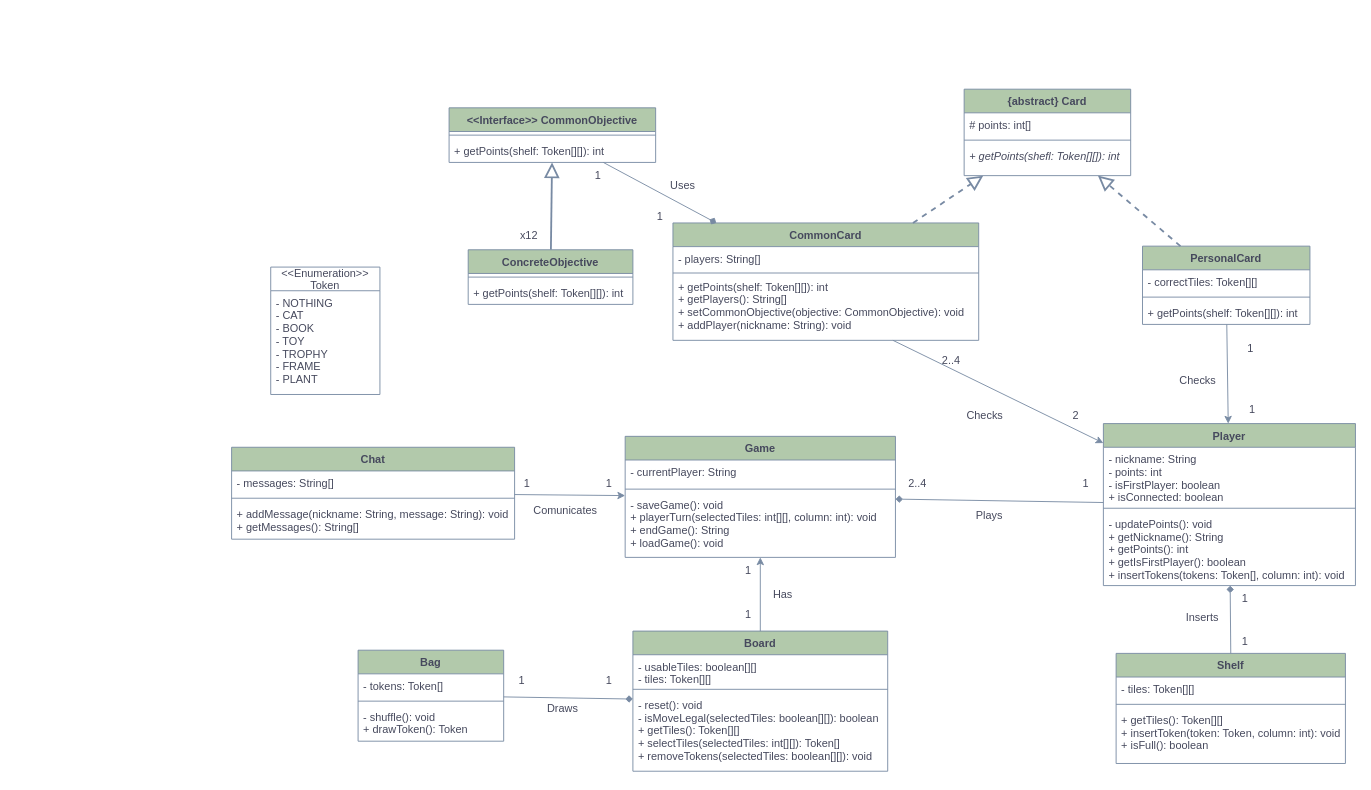
Before: class_diagram.drawio in GabrieleGessaghi/ing-sw-2023-gessaghi-fontanive-giuliani-galante, a draw.io diagram. Source tidied: cells renumbered, new cells numbered last; positions are measured from the earlier drawing's top-left corner, leaving out a move shared by most shapes. Both pictures are drawn from the tidied source at 91%, with x=0, y=0 at pixel (231, 88).
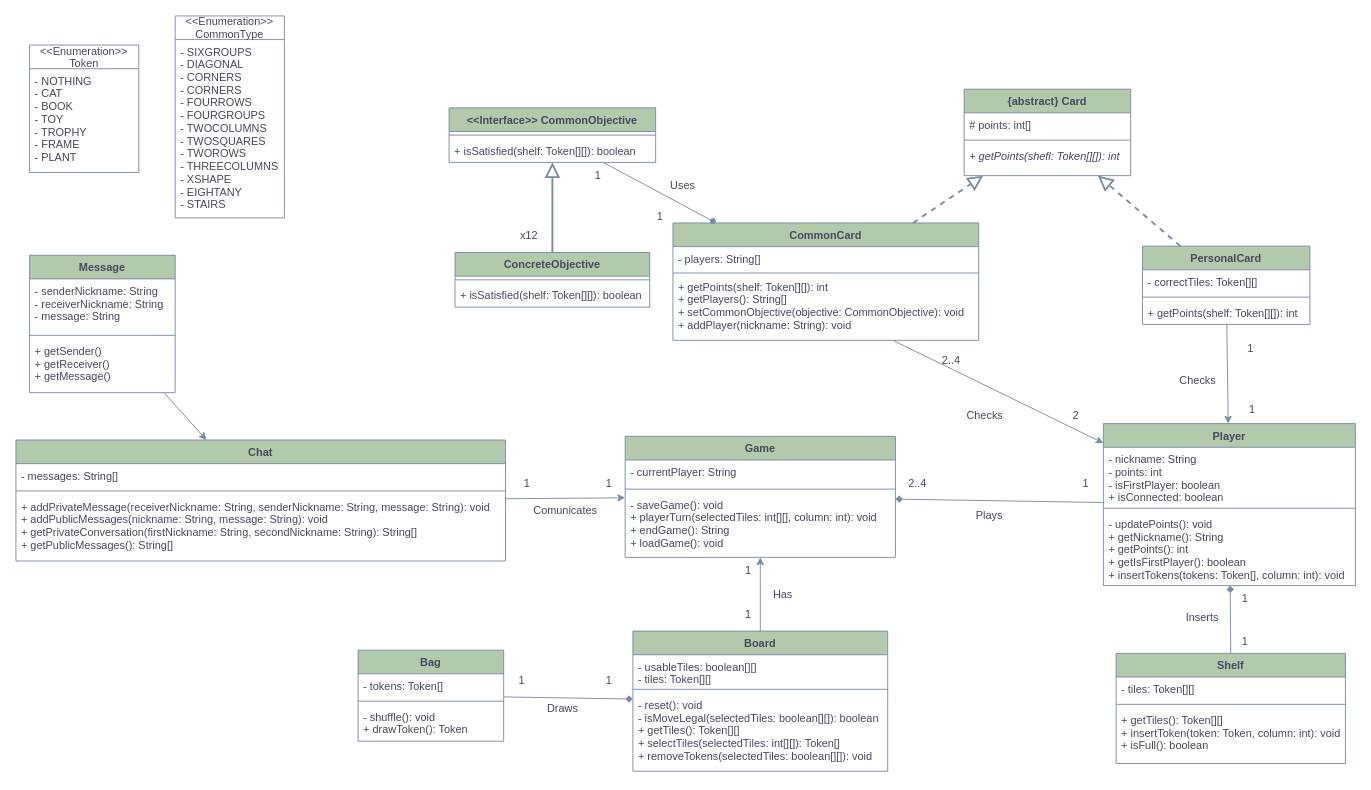
The same page after the edit.

Commit message (it also covers changes not shown here):
Updated class diagram

The change refers to these unchanged cells:
```xml
<mxCell id="28" value="Game" style="swimlane;fontStyle=1;align=center;verticalAlign=top;horizontal=1;startSize=26;strokeColor=#788AA3;fontColor=#46495D;fillColor=#B2C9AB;labelBackgroundColor=none;" parent="1" vertex="1">
  <mxGeometry x="432.5" y="382" width="297" height="133" as="geometry" />
</mxCell>
<mxCell id="63" value="&lt;&lt;Interface&gt;&gt; CommonObjective" style="swimlane;fontStyle=1;align=center;verticalAlign=top;horizontal=1;startSize=26;labelBackgroundColor=none;fillStyle=auto;strokeColor=#788AA3;fontColor=#46495D;fillColor=#B2C9AB;" parent="1" vertex="1">
  <mxGeometry x="239" y="21" width="227" height="60" as="geometry" />
</mxCell>
```

Change to the diagram source:
```diff
@@
     <mxCell id="10" value="&lt;&lt;Enumeration&gt;&gt;&#10;Token" style="swimlane;fontStyle=0;horizontal=1;startSize=26;fillColor=none;labelBackgroundColor=none;strokeColor=#788AA3;fontColor=#46495D;" parent="1" vertex="1">
-      <mxGeometry x="43" y="196" width="120" height="140" as="geometry" />
+      <mxGeometry x="-222" y="-48" width="120" height="140" as="geometry" />
     </mxCell>
@@
-    <mxCell id="65" value="+ getPoints(shelf: Token[][]): int" style="text;strokeColor=none;fillColor=none;align=left;verticalAlign=top;spacingLeft=4;spacingRight=4;overflow=hidden;labelBackgroundColor=none;fillStyle=auto;fontColor=#46495D;" parent="63" vertex="1">
+    <mxCell id="65" value="+ isSatisfied(shelf: Token[][]): boolean" style="text;strokeColor=none;fillColor=none;align=left;verticalAlign=top;spacingLeft=4;spacingRight=4;overflow=hidden;labelBackgroundColor=none;fillStyle=auto;fontColor=#46495D;" parent="63" vertex="1">
       <mxGeometry y="34" width="227" height="26" as="geometry" />
     </mxCell>
@@
     <mxCell id="68" value="ConcreteObjective" style="swimlane;fontStyle=1;align=center;verticalAlign=top;horizontal=1;startSize=26;labelBackgroundColor=none;fillColor=#B2C9AB;strokeColor=#788AA3;fontColor=#46495D;" parent="1" vertex="1">
-      <mxGeometry x="260" y="177" width="181" height="60" as="geometry" />
+      <mxGeometry x="245.5" y="180" width="214" height="60" as="geometry" />
     </mxCell>
     <mxCell id="69" style="line;strokeWidth=1;fillColor=none;align=left;verticalAlign=middle;spacingTop=-1;spacingLeft=3;spacingRight=3;labelPosition=right;strokeColor=#788AA3;labelBackgroundColor=none;fontColor=#46495D;" parent="68" vertex="1">
-      <mxGeometry y="26" width="181" height="8" as="geometry" />
+      <mxGeometry y="26" width="214" height="8" as="geometry" />
     </mxCell>
-    <mxCell id="70" value="+ getPoints(shelf: Token[][]): int" style="text;strokeColor=none;fillColor=none;align=left;verticalAlign=top;spacingLeft=4;spacingRight=4;overflow=hidden;labelBackgroundColor=none;fontColor=#46495D;" parent="68" vertex="1">
-      <mxGeometry y="34" width="181" height="26" as="geometry" />
+    <mxCell id="70" value="+ isSatisfied(shelf: Token[][]): boolean" style="text;strokeColor=none;fillColor=none;align=left;verticalAlign=top;spacingLeft=4;spacingRight=4;overflow=hidden;labelBackgroundColor=none;fontColor=#46495D;" parent="68" vertex="1">
+      <mxGeometry y="34" width="214" height="26" as="geometry" />
     </mxCell>
-    <mxCell id="71" value="x12" style="text;html=1;strokeColor=none;fillColor=none;align=center;verticalAlign=middle;whiteSpace=wrap;rounded=0;fontColor=#46495D;" parent="1" vertex="1">
+    <mxCell id="71" value="x12" style="text;html=1;strokeColor=none;fillColor=none;align=center;verticalAlign=middle;whiteSpace=wrap;rounded=0;fontColor=#46495D;labelBackgroundColor=none;" parent="1" vertex="1">
       <mxGeometry x="297" y="147" width="60" height="30" as="geometry" />
     </mxCell>
-    <mxCell id="72" value="Uses" style="text;html=1;strokeColor=none;fillColor=none;align=center;verticalAlign=middle;whiteSpace=wrap;rounded=0;fontColor=#46495D;" parent="1" vertex="1">
+    <mxCell id="72" value="Uses" style="text;html=1;strokeColor=none;fillColor=none;align=center;verticalAlign=middle;whiteSpace=wrap;rounded=0;fontColor=#46495D;labelBackgroundColor=none;" parent="1" vertex="1">
       <mxGeometry x="466" y="92" width="60" height="30" as="geometry" />
     </mxCell>
-    <mxCell id="73" value="1" style="text;html=1;strokeColor=none;fillColor=none;align=center;verticalAlign=middle;whiteSpace=wrap;rounded=0;fontColor=#46495D;" parent="1" vertex="1">
+    <mxCell id="73" value="1" style="text;html=1;strokeColor=none;fillColor=none;align=center;verticalAlign=middle;whiteSpace=wrap;rounded=0;fontColor=#46495D;labelBackgroundColor=none;" parent="1" vertex="1">
       <mxGeometry x="441" y="125.5" width="60" height="30" as="geometry" />
     </mxCell>
-    <mxCell id="74" value="1" style="text;html=1;strokeColor=none;fillColor=none;align=center;verticalAlign=middle;whiteSpace=wrap;rounded=0;fontColor=#46495D;" parent="1" vertex="1">
+    <mxCell id="74" value="1" style="text;html=1;strokeColor=none;fillColor=none;align=center;verticalAlign=middle;whiteSpace=wrap;rounded=0;fontColor=#46495D;labelBackgroundColor=none;" parent="1" vertex="1">
       <mxGeometry x="372.5" y="81" width="60" height="30" as="geometry" />
     </mxCell>
-    <mxCell id="75" value="Chat" style="swimlane;fontStyle=1;align=center;verticalAlign=top;horizontal=1;startSize=26;strokeColor=#788AA3;fontColor=#46495D;fillColor=#B2C9AB;" parent="1" vertex="1">
-      <mxGeometry y="394" width="311" height="101" as="geometry" />
+    <mxCell id="75" value="Chat" style="swimlane;fontStyle=1;align=center;verticalAlign=top;horizontal=1;startSize=26;strokeColor=#788AA3;fontColor=#46495D;fillColor=#B2C9AB;labelBackgroundColor=none;" parent="1" vertex="1">
+      <mxGeometry x="-237" y="386" width="538" height="133" as="geometry" />
     </mxCell>
-    <mxCell id="76" value="- messages: String[]" style="text;strokeColor=none;fillColor=none;align=left;verticalAlign=top;spacingLeft=4;spacingRight=4;overflow=hidden;fontColor=#46495D;" parent="75" vertex="1">
-      <mxGeometry y="26" width="311" height="26" as="geometry" />
+    <mxCell id="76" value="- messages: String[]" style="text;strokeColor=none;fillColor=none;align=left;verticalAlign=top;spacingLeft=4;spacingRight=4;overflow=hidden;fontColor=#46495D;labelBackgroundColor=none;" parent="75" vertex="1">
+      <mxGeometry y="26" width="538" height="26" as="geometry" />
     </mxCell>
-    <mxCell id="77" style="line;strokeWidth=1;fillColor=none;align=left;verticalAlign=middle;spacingTop=-1;spacingLeft=3;spacingRight=3;labelPosition=right;strokeColor=inherit;fontColor=#46495D;" parent="75" vertex="1">
-      <mxGeometry y="52" width="311" height="8" as="geometry" />
+    <mxCell id="77" style="line;strokeWidth=1;fillColor=none;align=left;verticalAlign=middle;spacingTop=-1;spacingLeft=3;spacingRight=3;labelPosition=right;strokeColor=#788AA3;fontColor=#46495D;labelBackgroundColor=none;" parent="75" vertex="1">
+      <mxGeometry y="52" width="538" height="8" as="geometry" />
     </mxCell>
-    <mxCell id="78" value="+ addMessage(nickname: String, message: String): void&#10;+ getMessages(): String[]" style="text;strokeColor=none;fillColor=none;align=left;verticalAlign=top;spacingLeft=4;spacingRight=4;overflow=hidden;fontColor=#46495D;" parent="75" vertex="1">
-      <mxGeometry y="60" width="311" height="41" as="geometry" />
+    <mxCell id="78" value="+ addPrivateMessage(receiverNickname: String, senderNickname: String, message: String): void&#10;+ addPublicMessages(nickname: String, message: String): void&#10;+ getPrivateConversation(firstNickname: String, secondNickname: String): String[]&#10;+ getPublicMessages(): String[]" style="text;strokeColor=none;fillColor=none;align=left;verticalAlign=top;spacingLeft=4;spacingRight=4;overflow=hidden;fontColor=#46495D;labelBackgroundColor=none;" parent="75" vertex="1">
+      <mxGeometry y="60" width="538" height="73" as="geometry" />
     </mxCell>
-    <mxCell id="79" style="endArrow=classic;html=1;rounded=0;strokeColor=#788AA3;strokeWidth=1;fontColor=#46495D;fillColor=#B2C9AB;" parent="1" edge="1" source="75" target="28">
+    <mxCell id="79" style="endArrow=classic;html=1;rounded=0;strokeColor=#788AA3;strokeWidth=1;fontColor=default;fillColor=#B2C9AB;labelBackgroundColor=none;" parent="1" edge="1" source="75" target="28">
       <mxGeometry relative="1" as="geometry" />
     </mxCell>
-    <mxCell id="80" value="Comunicates" style="text;html=1;strokeColor=none;fillColor=none;align=center;verticalAlign=middle;whiteSpace=wrap;rounded=0;fontColor=#46495D;" parent="1" vertex="1">
+    <mxCell id="80" value="Comunicates" style="text;html=1;strokeColor=none;fillColor=none;align=center;verticalAlign=middle;whiteSpace=wrap;rounded=0;fontColor=#46495D;labelBackgroundColor=none;" parent="1" vertex="1">
       <mxGeometry x="337" y="449" width="60" height="30" as="geometry" />
     </mxCell>
-    <mxCell id="81" value="1" style="text;html=1;strokeColor=none;fillColor=none;align=center;verticalAlign=middle;whiteSpace=wrap;rounded=0;fontColor=#46495D;" parent="1" vertex="1">
+    <mxCell id="81" value="1" style="text;html=1;strokeColor=none;fillColor=none;align=center;verticalAlign=middle;whiteSpace=wrap;rounded=0;fontColor=#46495D;labelBackgroundColor=none;" parent="1" vertex="1">
       <mxGeometry x="295" y="419" width="60" height="30" as="geometry" />
     </mxCell>
-    <mxCell id="82" value="1" style="text;html=1;strokeColor=none;fillColor=none;align=center;verticalAlign=middle;whiteSpace=wrap;rounded=0;fontColor=#46495D;" parent="1" vertex="1">
+    <mxCell id="82" value="1" style="text;html=1;strokeColor=none;fillColor=none;align=center;verticalAlign=middle;whiteSpace=wrap;rounded=0;fontColor=#46495D;labelBackgroundColor=none;" parent="1" vertex="1">
       <mxGeometry x="385" y="419" width="60" height="30" as="geometry" />
     </mxCell>
+    <mxCell id="83" value="Message" style="swimlane;fontStyle=1;align=center;verticalAlign=top;horizontal=1;startSize=26;labelBackgroundColor=none;fillColor=#B2C9AB;strokeColor=#788AA3;fontColor=#46495D;" parent="1" vertex="1">
+      <mxGeometry x="-222" y="183" width="160" height="151" as="geometry" />
+    </mxCell>
+    <mxCell id="84" value="- senderNickname: String&#10;- receiverNickname: String&#10;- message: String" style="text;strokeColor=none;fillColor=none;align=left;verticalAlign=top;spacingLeft=4;spacingRight=4;overflow=hidden;labelBackgroundColor=none;fontColor=#46495D;" parent="83" vertex="1">
+      <mxGeometry y="26" width="160" height="58" as="geometry" />
+    </mxCell>
+    <mxCell id="85" style="line;strokeWidth=1;fillColor=none;align=left;verticalAlign=middle;spacingTop=-1;spacingLeft=3;spacingRight=3;labelPosition=right;strokeColor=#788AA3;labelBackgroundColor=none;fontColor=#46495D;" parent="83" vertex="1">
+      <mxGeometry y="84" width="160" height="8" as="geometry" />
+    </mxCell>
+    <mxCell id="86" value="+ getSender()&#10;+ getReceiver()&#10;+ getMessage()" style="text;strokeColor=none;fillColor=none;align=left;verticalAlign=top;spacingLeft=4;spacingRight=4;overflow=hidden;labelBackgroundColor=none;fontColor=#46495D;" parent="83" vertex="1">
+      <mxGeometry y="92" width="160" height="59" as="geometry" />
+    </mxCell>
+    <mxCell id="87" style="endArrow=classic;html=1;rounded=0;strokeColor=#788AA3;fontColor=#46495D;fillColor=#B2C9AB;" parent="1" edge="1" source="83" target="75">
+      <mxGeometry relative="1" as="geometry" />
+    </mxCell>
+    <mxCell id="88" value="&lt;&lt;Enumeration&gt;&gt;&#10;CommonType" style="swimlane;fontStyle=0;horizontal=1;startSize=26;fillColor=none;labelBackgroundColor=none;strokeColor=#788AA3;fontColor=#46495D;" parent="1" vertex="1">
+      <mxGeometry x="-62" y="-80" width="120" height="222" as="geometry" />
+    </mxCell>
+    <mxCell id="89" value="- SIXGROUPS&#10;- DIAGONAL&#10;- CORNERS&#10;- CORNERS&#10;- FOURROWS&#10;- FOURGROUPS&#10;- TWOCOLUMNS&#10;- TWOSQUARES&#10;- TWOROWS&#10;- THREECOLUMNS&#10;- XSHAPE&#10;- EIGHTANY&#10;- STAIRS" style="text;strokeColor=none;fillColor=none;align=left;verticalAlign=top;spacingLeft=4;spacingRight=4;overflow=hidden;labelBackgroundColor=none;fontColor=#46495D;" parent="88" vertex="1">
+      <mxGeometry y="26" width="120" height="196" as="geometry" />
+    </mxCell>
```
